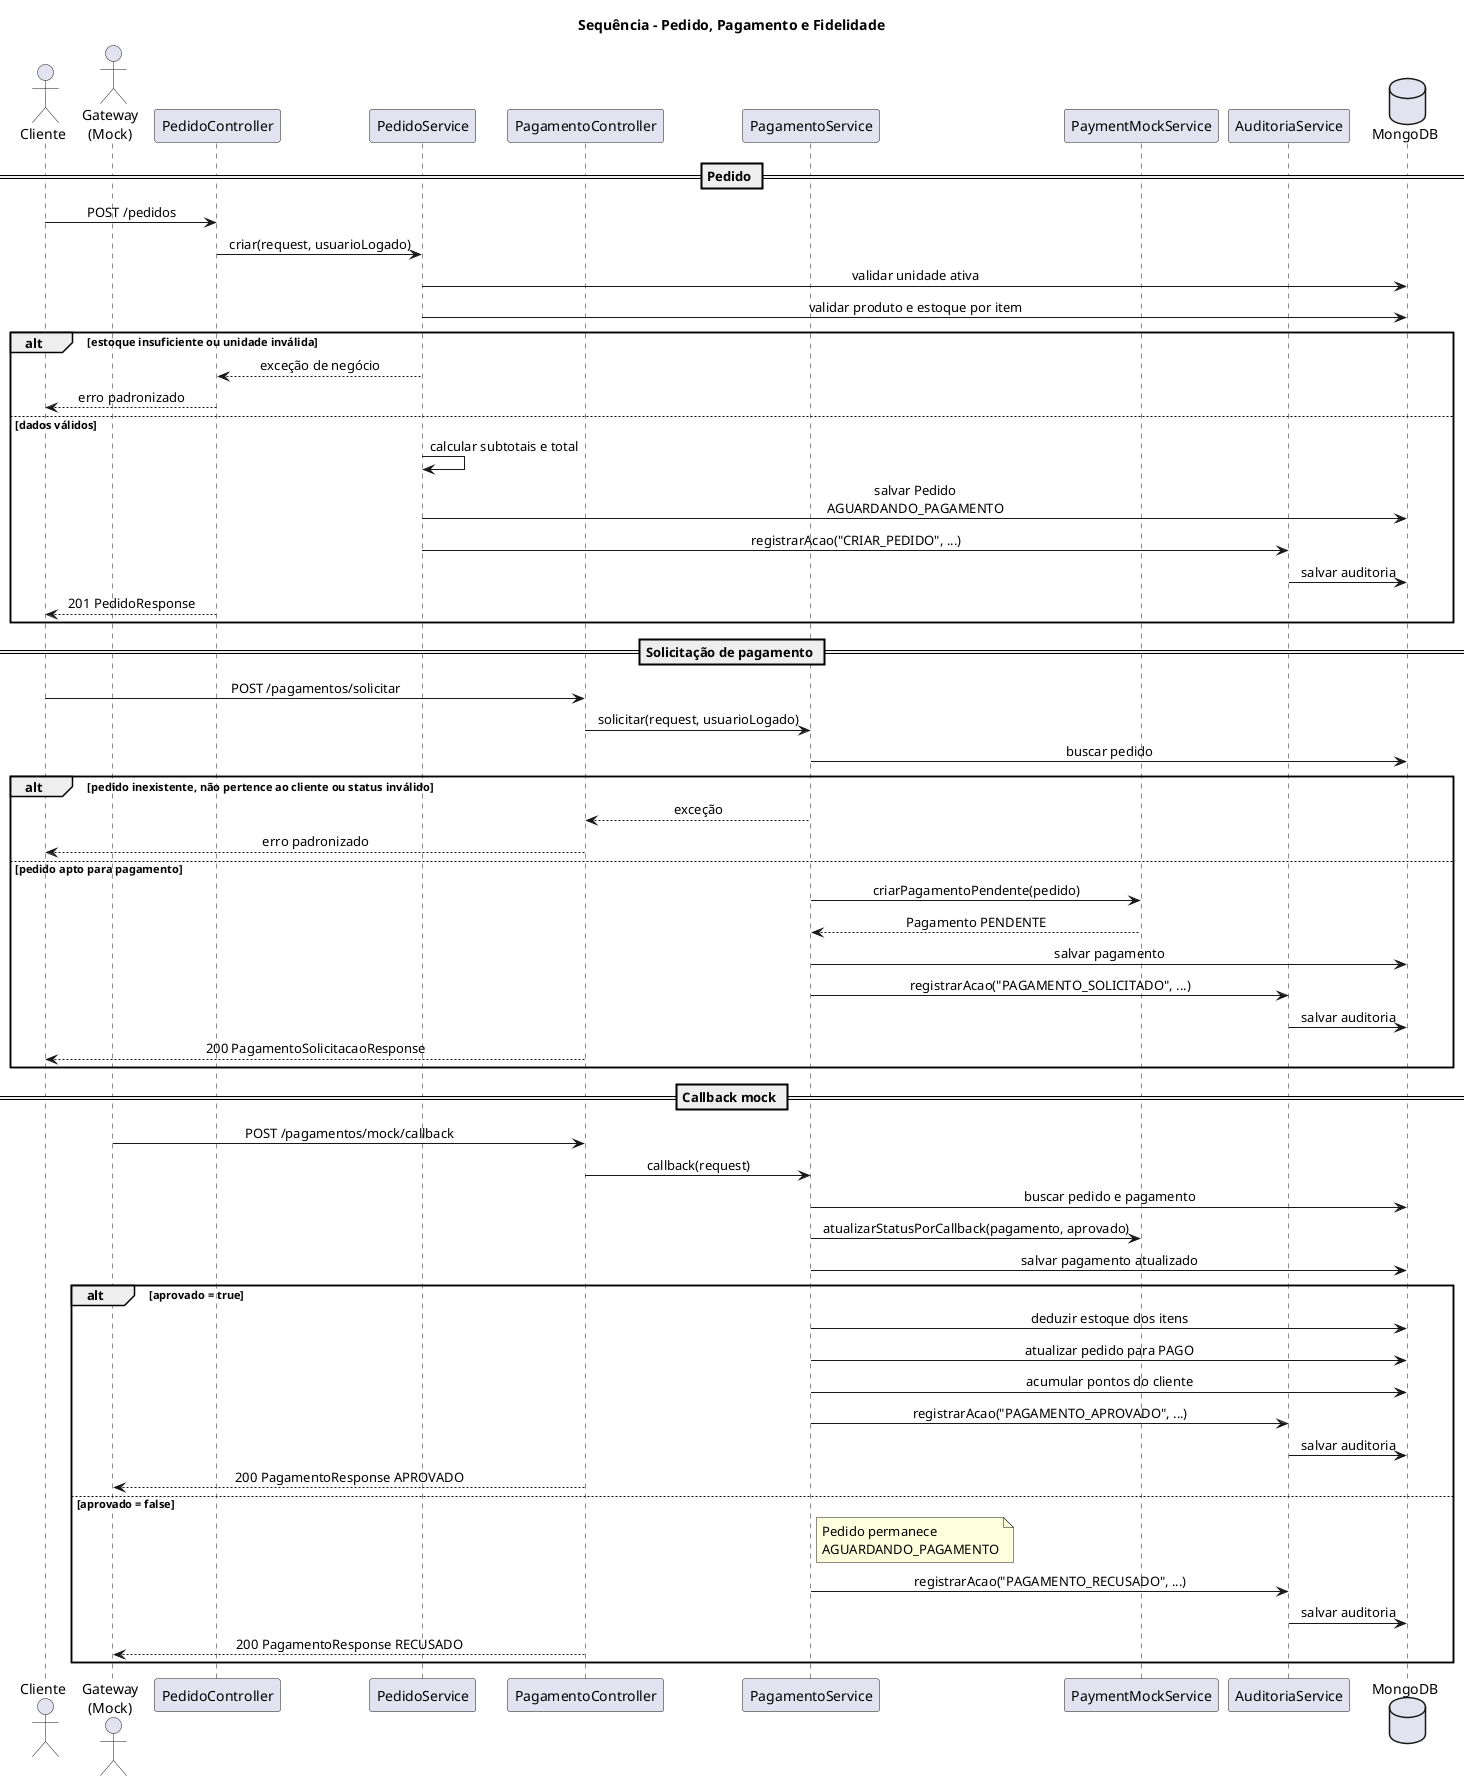
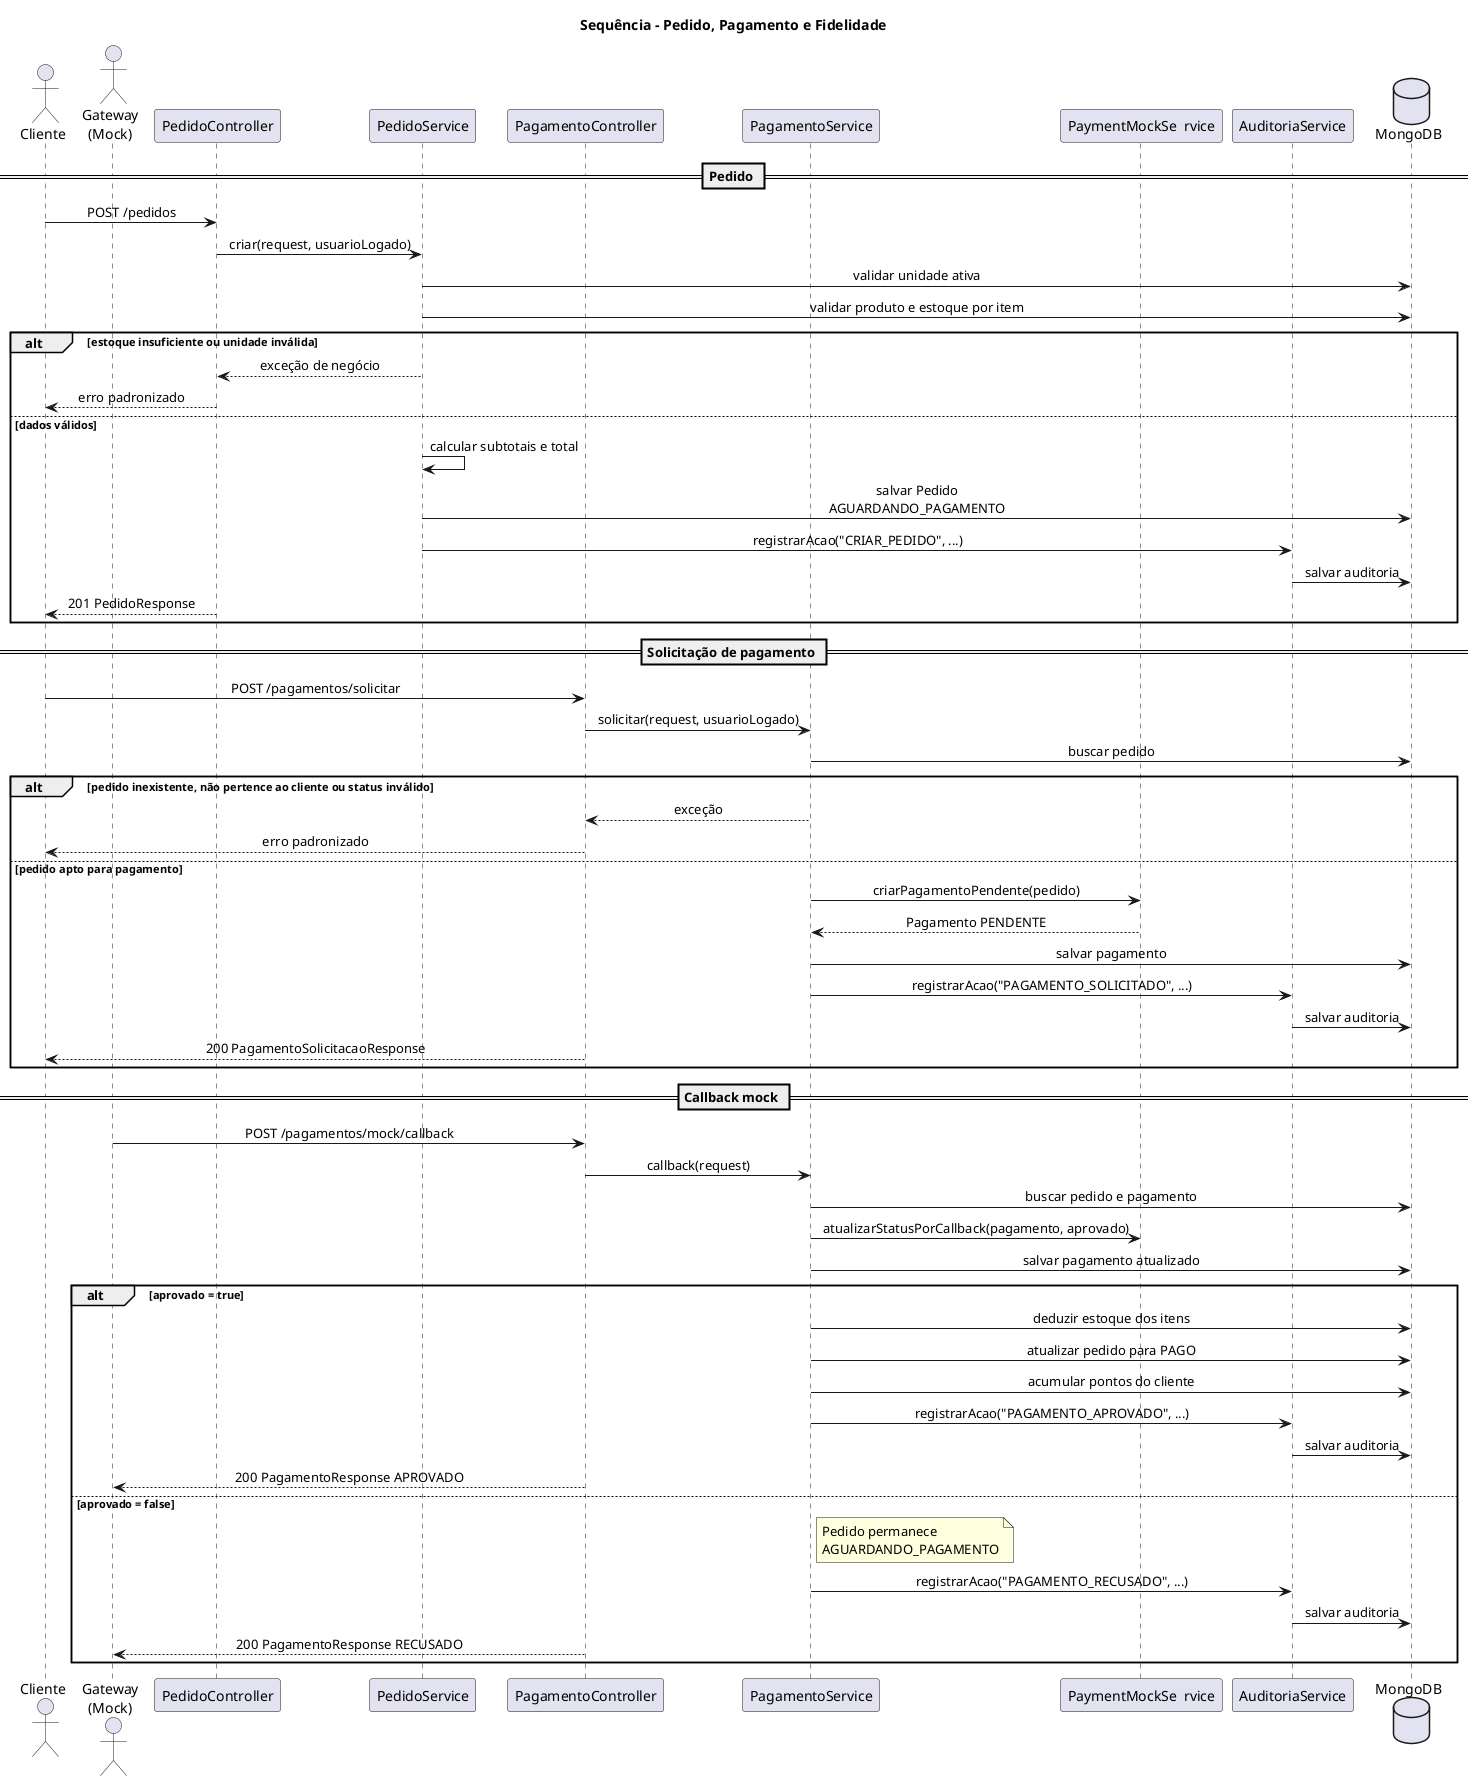
@startuml
title Sequência - Pedido, Pagamento e Fidelidade
skinparam sequenceMessageAlign center

actor "Cliente" as CLI
actor "Gateway\n(Mock)" as GTW
participant "PedidoController" as PC
participant "PedidoService" as PS
participant "PagamentoController" as PAC
participant "PagamentoService" as PAS
- participant "PaymentMockService" as PMS
+ participant "PaymentMockSe  rvice" as PMS
participant "AuditoriaService" as AS
database "MongoDB" as DB

== Pedido ==

CLI -> PC : POST /pedidos
PC -> PS : criar(request, usuarioLogado)
PS -> DB : validar unidade ativa
PS -> DB : validar produto e estoque por item

alt estoque insuficiente ou unidade inválida
  PS --> PC : exceção de negócio
  PC --> CLI : erro padronizado
else dados válidos
  PS -> PS : calcular subtotais e total
  PS -> DB : salvar Pedido\nAGUARDANDO_PAGAMENTO
  PS -> AS : registrarAcao("CRIAR_PEDIDO", ...)
  AS -> DB : salvar auditoria
  PC --> CLI : 201 PedidoResponse
end

== Solicitação de pagamento ==

CLI -> PAC : POST /pagamentos/solicitar
PAC -> PAS : solicitar(request, usuarioLogado)
PAS -> DB : buscar pedido

alt pedido inexistente, não pertence ao cliente ou status inválido
  PAS --> PAC : exceção
  PAC --> CLI : erro padronizado
else pedido apto para pagamento
  PAS -> PMS : criarPagamentoPendente(pedido)
  PMS --> PAS : Pagamento PENDENTE
  PAS -> DB : salvar pagamento
  PAS -> AS : registrarAcao("PAGAMENTO_SOLICITADO", ...)
  AS -> DB : salvar auditoria
  PAC --> CLI : 200 PagamentoSolicitacaoResponse
end

== Callback mock ==

GTW -> PAC : POST /pagamentos/mock/callback
PAC -> PAS : callback(request)
PAS -> DB : buscar pedido e pagamento
PAS -> PMS : atualizarStatusPorCallback(pagamento, aprovado)
PAS -> DB : salvar pagamento atualizado

alt aprovado = true
  PAS -> DB : deduzir estoque dos itens
  PAS -> DB : atualizar pedido para PAGO
  PAS -> DB : acumular pontos do cliente
  PAS -> AS : registrarAcao("PAGAMENTO_APROVADO", ...)
  AS -> DB : salvar auditoria
  PAC --> GTW : 200 PagamentoResponse APROVADO
else aprovado = false
  note right of PAS
    Pedido permanece
    AGUARDANDO_PAGAMENTO
  end note
  PAS -> AS : registrarAcao("PAGAMENTO_RECUSADO", ...)
  AS -> DB : salvar auditoria
  PAC --> GTW : 200 PagamentoResponse RECUSADO
end

@enduml
